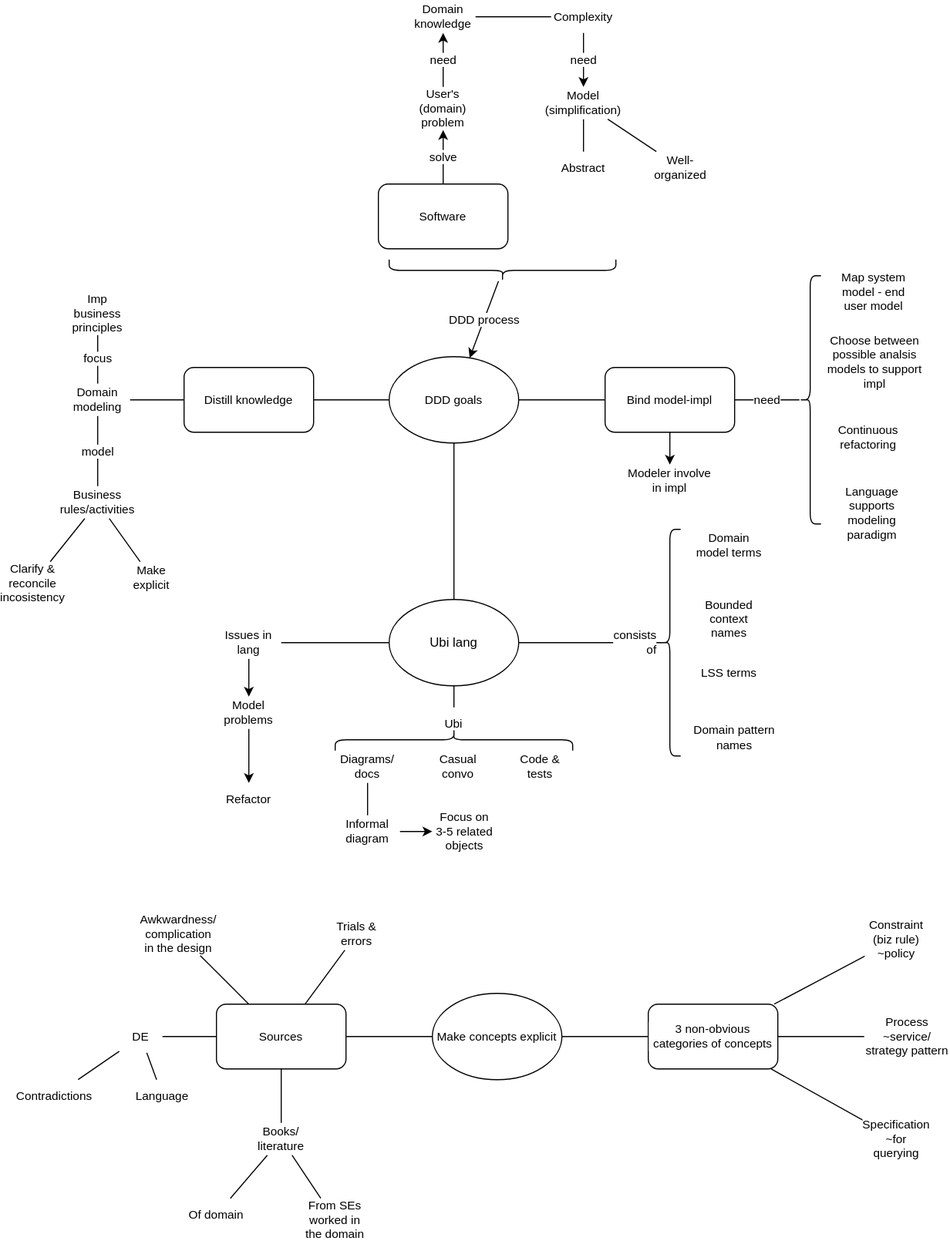
Earlier version of the draw.io export IT/resources/ddd.drawio.svg (hungcq/knowledge-repo). Source tidied: cells renumbered, new cells last; positions are measured from the earlier drawing's top-left corner, leaving out a move shared by most shapes.
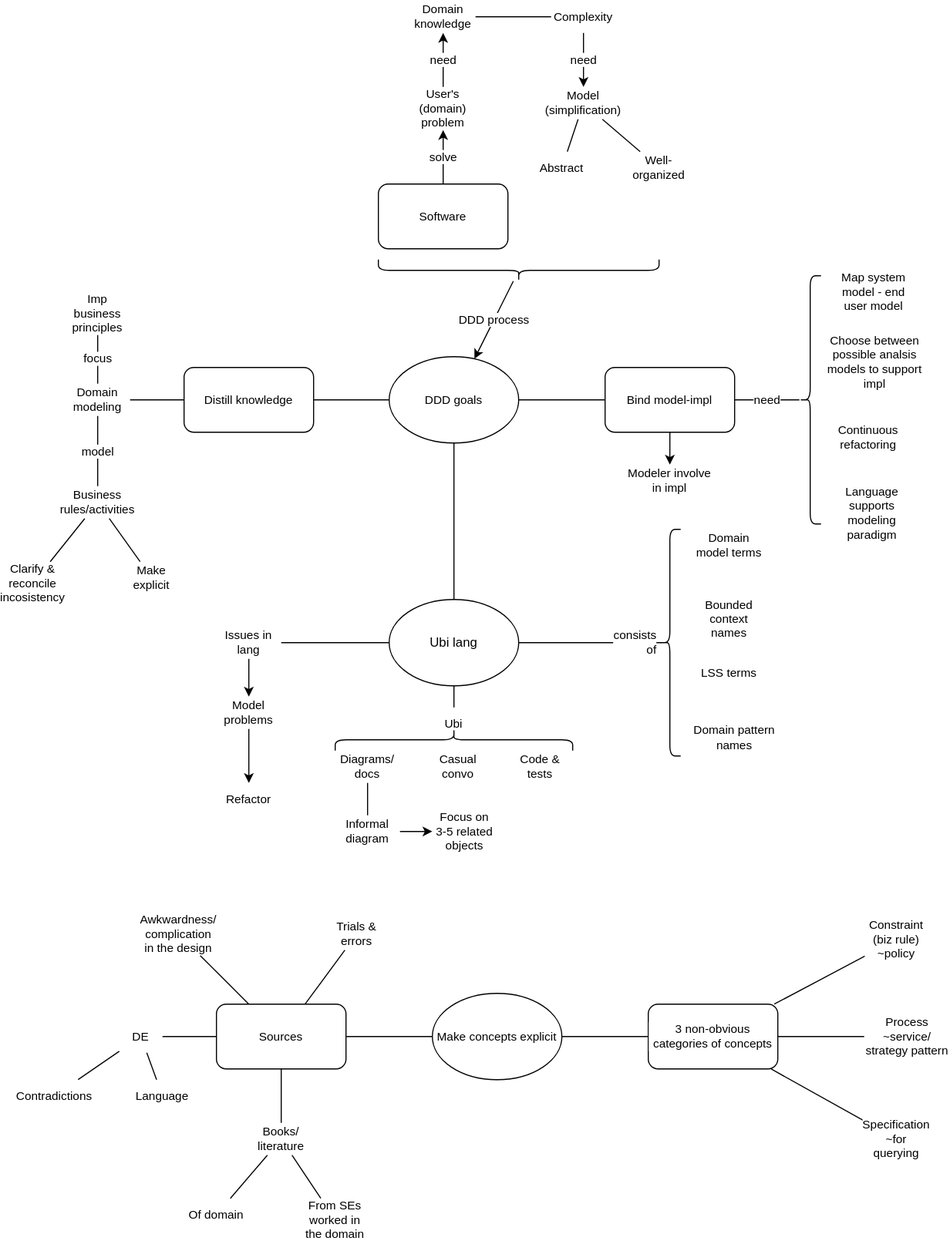
After the change.

Diff of the diagram source:
```diff
@@ -1,4 +1,4 @@
-<mxGraphModel>
+<mxGraphModel background="#ffffff">
   <root>
     <mxCell id="0" />
     <mxCell id="1" parent="0" />
@@ -225,16 +225,16 @@
       <mxGeometry x="510" y="80" width="60" height="30" as="geometry" />
     </mxCell>
     <mxCell id="76" value="Abstract" style="text;html=1;align=center;verticalAlign=middle;whiteSpace=wrap;rounded=0;fontFamily=Helvetica;fontSize=11;fontColor=default;labelBackgroundColor=default;" parent="1" vertex="1">
-      <mxGeometry x="510" y="140" width="60" height="30" as="geometry" />
+      <mxGeometry x="490" y="140" width="60" height="30" as="geometry" />
     </mxCell>
     <mxCell id="77" value="Well-organized" style="text;html=1;align=center;verticalAlign=middle;whiteSpace=wrap;rounded=0;fontFamily=Helvetica;fontSize=11;fontColor=default;labelBackgroundColor=default;" parent="1" vertex="1">
-      <mxGeometry x="600" y="140" width="60" height="30" as="geometry" />
+      <mxGeometry x="580" y="140" width="60" height="30" as="geometry" />
     </mxCell>
     <mxCell id="78" value="DDD process" style="edgeStyle=none;rounded=0;jettySize=auto;html=1;strokeColor=default;align=center;verticalAlign=middle;fontFamily=Helvetica;fontSize=11;fontColor=default;labelBackgroundColor=default;endArrow=classic;endFill=1;" parent="1" edge="1" source="79" target="52">
       <mxGeometry relative="1" as="geometry" />
     </mxCell>
     <mxCell id="79" style="shape=curlyBracket;whiteSpace=wrap;html=1;rounded=1;flipH=1;labelPosition=right;verticalLabelPosition=middle;align=left;verticalAlign=middle;fontFamily=Helvetica;fontSize=11;fontColor=default;labelBackgroundColor=default;direction=north;" parent="1" vertex="1">
-      <mxGeometry x="360" y="240" width="210" height="20" as="geometry" />
+      <mxGeometry x="350" y="240" width="260" height="20" as="geometry" />
     </mxCell>
     <mxCell id="80" style="shape=curlyBracket;whiteSpace=wrap;html=1;rounded=1;labelPosition=left;verticalLabelPosition=middle;align=right;verticalAlign=middle;fontFamily=Helvetica;fontSize=11;fontColor=default;labelBackgroundColor=default;" parent="1" vertex="1">
       <mxGeometry x="740" y="255" width="20" height="230" as="geometry" />
```
